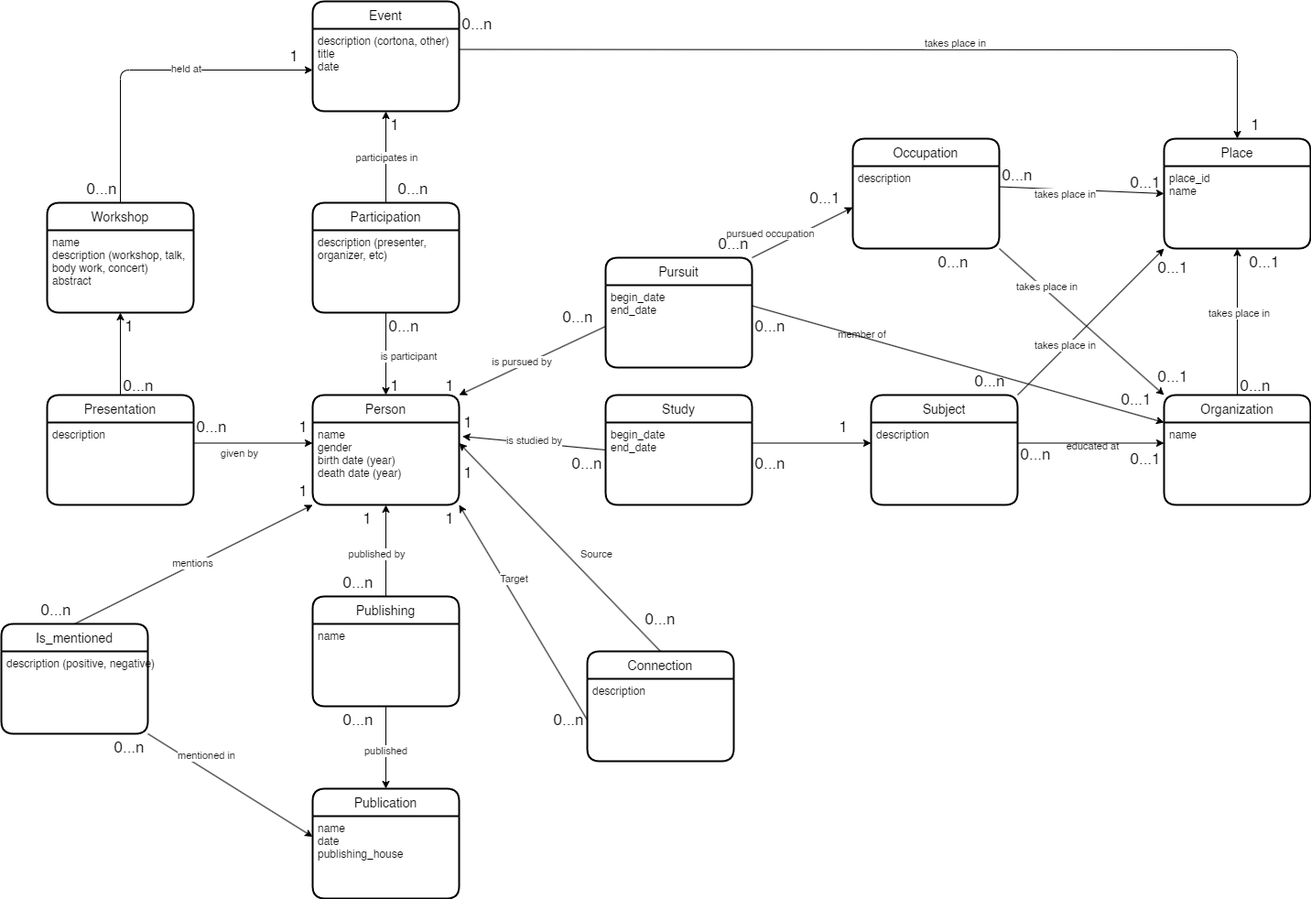
Earlier version of the draw.io export database/uml_class_diagram_cortona.png (ubiquinter/digital_history). Source tidied: cells renumbered, new cells last; positions are measured from the earlier drawing's top-left corner, leaving out a move shared by most shapes.
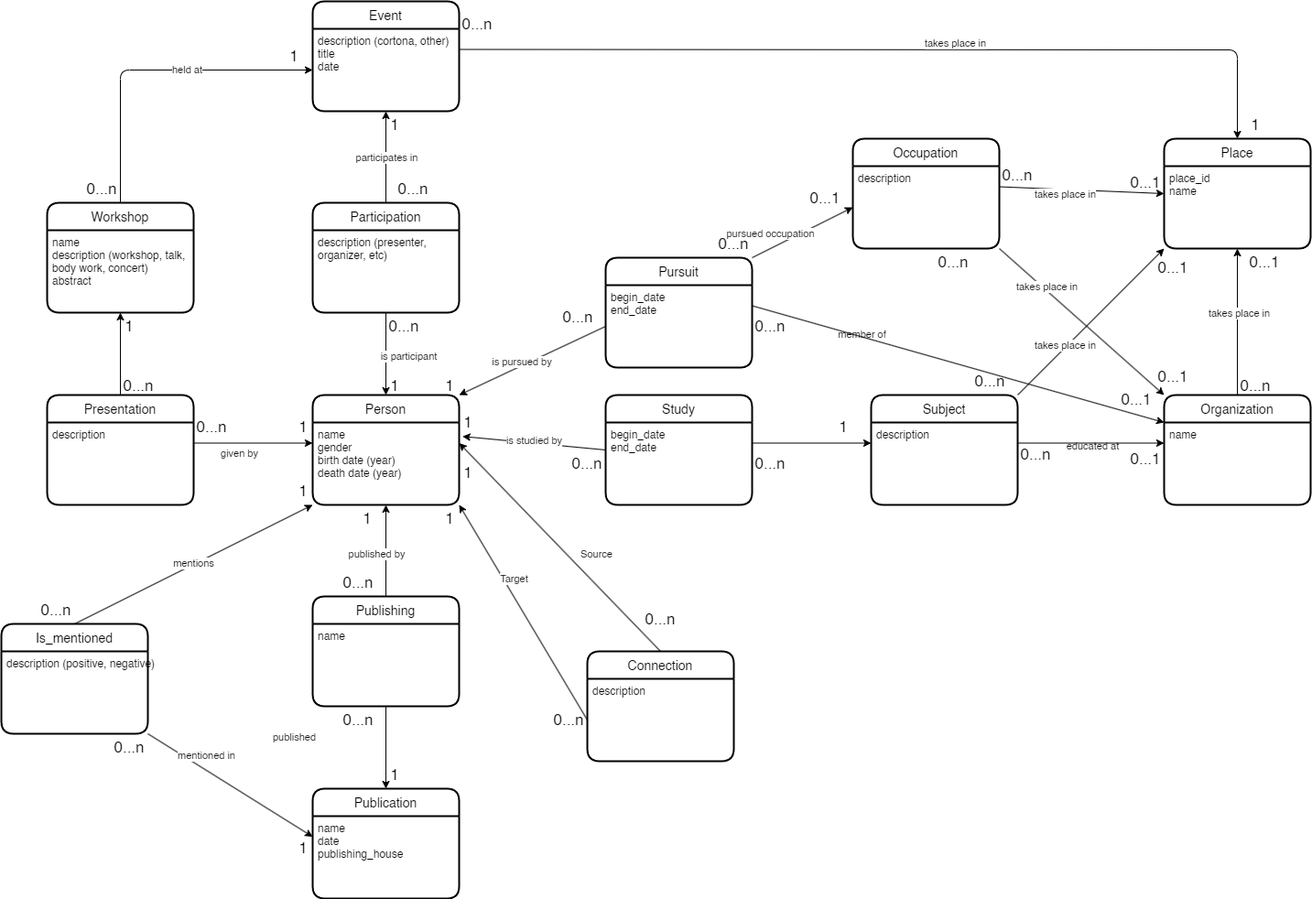
Later version of the same file.

Commit message:
edit concept model

What changed in the source:
```diff
@@ -1,4 +1,4 @@
-<mxGraphModel>
+<mxGraphModel background="#ffffff">
   <root>
     <mxCell id="0" />
     <mxCell id="1" parent="0" />
@@ -386,9 +386,15 @@
       </mxGeometry>
     </mxCell>
     <mxCell id="115" value="published" style="edgeLabel;html=1;align=center;verticalAlign=middle;" parent="1" vertex="1">
-      <mxGeometry x="410" y="815" as="geometry">
+      <mxGeometry x="310" y="800" as="geometry">
         <mxPoint x="9" y="3" as="offset" />
       </mxGeometry>
     </mxCell>
+    <mxCell id="116" value="&lt;font style=&quot;font-size: 17px;&quot;&gt;1&lt;/font&gt;" style="text;html=1;strokeColor=none;fillColor=none;align=center;verticalAlign=middle;whiteSpace=wrap;rounded=0;" parent="1" vertex="1">
+      <mxGeometry x="400" y="830" width="60" height="30" as="geometry" />
+    </mxCell>
+    <mxCell id="117" value="&lt;font style=&quot;font-size: 17px;&quot;&gt;1&lt;/font&gt;" style="text;html=1;strokeColor=none;fillColor=none;align=center;verticalAlign=middle;whiteSpace=wrap;rounded=0;" parent="1" vertex="1">
+      <mxGeometry x="300" y="910" width="60" height="30" as="geometry" />
+    </mxCell>
   </root>
 </mxGraphModel>
```
